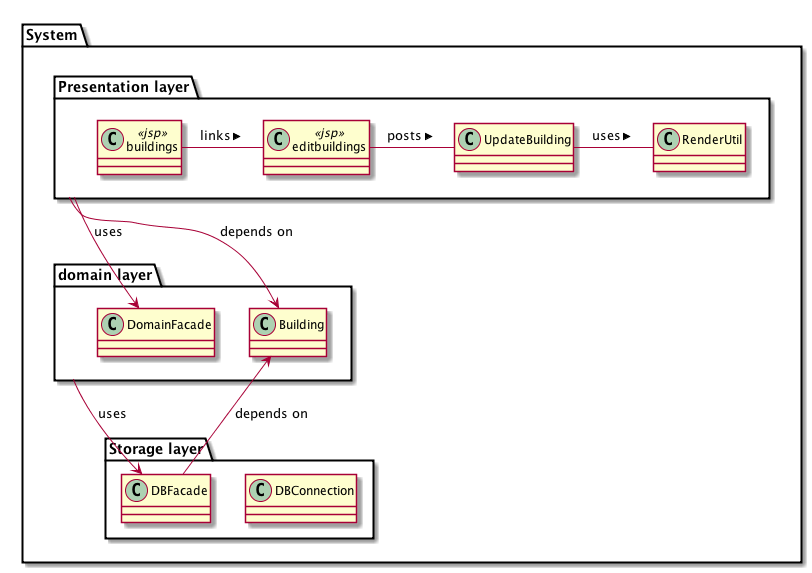
This is docs/architecture.png from kaspercphbusiness/2semWebbuildingsWithTest, a PlantUML export, as it was before one commit. The source it was exported from:
```plantuml
@startuml architecture.png
namespace System {
package "Presentation layer"  as presentation {
  class buildings <<jsp>>
  class editbuildings<<jsp>>

  class RenderUtil
  class UpdateBuilding
  buildings - editbuildings: links >
  editbuildings - UpdateBuilding: posts >
  UpdateBuilding - RenderUtil: uses >
}

package "domain layer"  as domain {
}

package "Storage layer" as DB {
  class DBConnection
}

presentation --> domain.DomainFacade  : uses

presentation --> domain.Building : depends on
domain --> DB.DBFacade :uses
DB.DBFacade --> domain.Building : depends on

}
@enduml
```
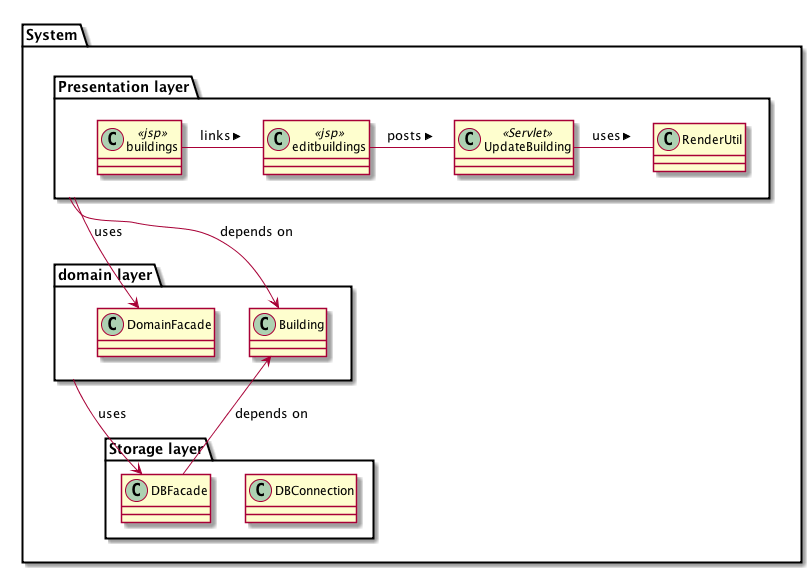
After the commit.

What changed in the source:
```diff
@@ -5,7 +5,7 @@
   class editbuildings<<jsp>>
 
   class RenderUtil
-  class UpdateBuilding
+  class UpdateBuilding <<Servlet>>
   buildings - editbuildings: links >
   editbuildings - UpdateBuilding: posts >
   UpdateBuilding - RenderUtil: uses >
```
